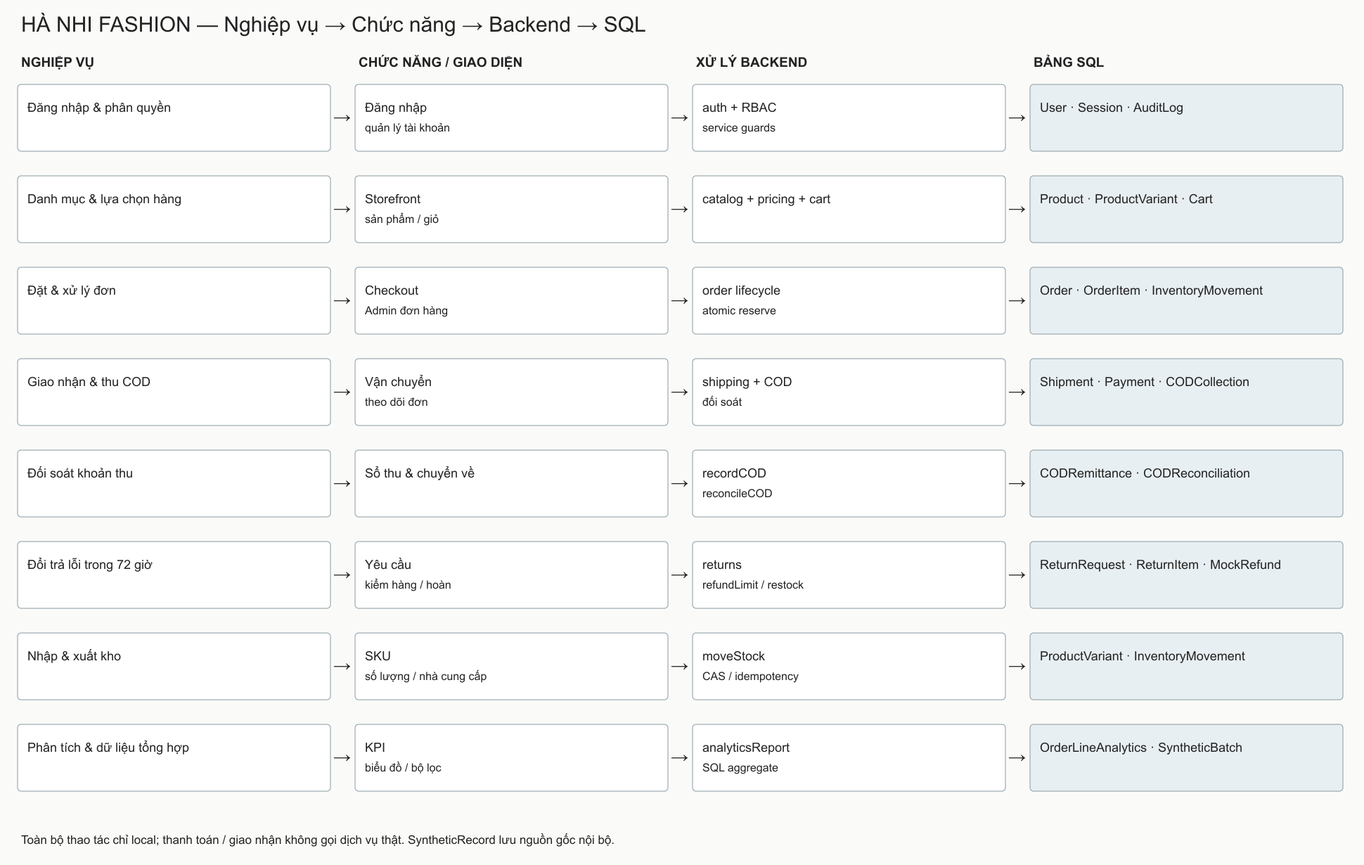
nhivu477-star/hanhifashion- keeps this Mermaid diagram as docs/diagrams/business-processes.png. Above is the earlier version. Its source is kept beside it as docs/diagrams/business-processes.mmd. Source of this version:
```mermaid
flowchart LR
  n0_0["Đăng nhập & phân quyền"]
  n0_1["Đăng nhập / quản lý tài khoản"]
  n0_0 --> n0_1
  n0_2["auth + RBAC / service guards"]
  n0_1 --> n0_2
  n0_3["User · Session · AuditLog"]
  n0_2 --> n0_3
  n1_0["Danh mục & lựa chọn hàng"]
  n1_1["Storefront / sản phẩm / giỏ"]
  n1_0 --> n1_1
  n1_2["catalog + pricing + cart"]
  n1_1 --> n1_2
  n1_3["Product · ProductVariant · Cart"]
  n1_2 --> n1_3
  n2_0["Đặt & xử lý đơn"]
  n2_1["Checkout / Admin đơn hàng"]
  n2_0 --> n2_1
  n2_2["order lifecycle / atomic reserve"]
  n2_1 --> n2_2
  n2_3["Order · OrderItem · InventoryMovement"]
  n2_2 --> n2_3
  n3_0["Giao nhận & thu COD"]
  n3_1["Vận chuyển / theo dõi đơn"]
  n3_0 --> n3_1
  n3_2["shipping + COD / đối soát"]
  n3_1 --> n3_2
  n3_3["Shipment · Payment · CODCollection"]
  n3_2 --> n3_3
  n4_0["Đối soát khoản thu"]
  n4_1["Sổ thu & chuyển về"]
  n4_0 --> n4_1
  n4_2["recordCOD / reconcileCOD"]
  n4_1 --> n4_2
  n4_3["CODRemittance · CODReconciliation"]
  n4_2 --> n4_3
  n5_0["Đổi trả lỗi trong 72 giờ"]
  n5_1["Yêu cầu / kiểm hàng / hoàn"]
  n5_0 --> n5_1
  n5_2["returns / refundLimit / restock"]
  n5_1 --> n5_2
  n5_3["ReturnRequest · ReturnItem · MockRefund"]
  n5_2 --> n5_3
  n6_0["Nhập & xuất kho"]
  n6_1["SKU / số lượng / nhà cung cấp"]
  n6_0 --> n6_1
  n6_2["moveStock / CAS / idempotency"]
  n6_1 --> n6_2
  n6_3["ProductVariant · InventoryMovement"]
  n6_2 --> n6_3
  n7_0["Phân tích & dữ liệu tổng hợp"]
  n7_1["KPI / biểu đồ / bộ lọc"]
  n7_0 --> n7_1
  n7_2["analyticsReport / SQL aggregate"]
  n7_1 --> n7_2
  n7_3["OrderLineAnalytics · SyntheticBatch"]
  n7_2 --> n7_3
```
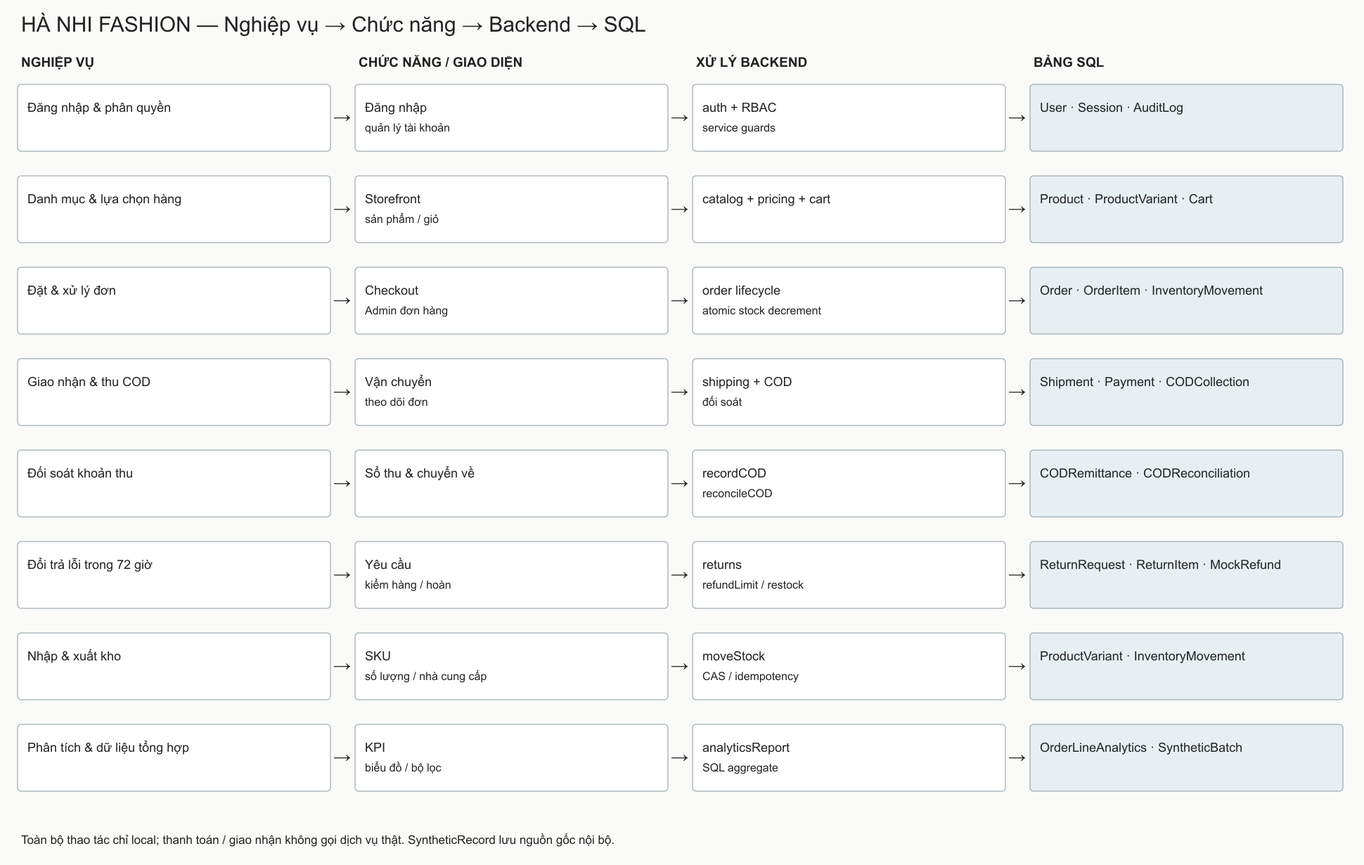
Later version of the same file.

Diff of the diagram source:
```diff
@@ -16,7 +16,7 @@
   n2_0["Đặt & xử lý đơn"]
   n2_1["Checkout / Admin đơn hàng"]
   n2_0 --> n2_1
-  n2_2["order lifecycle / atomic reserve"]
+  n2_2["order lifecycle / atomic stock decrement"]
   n2_1 --> n2_2
   n2_3["Order · OrderItem · InventoryMovement"]
   n2_2 --> n2_3
```
